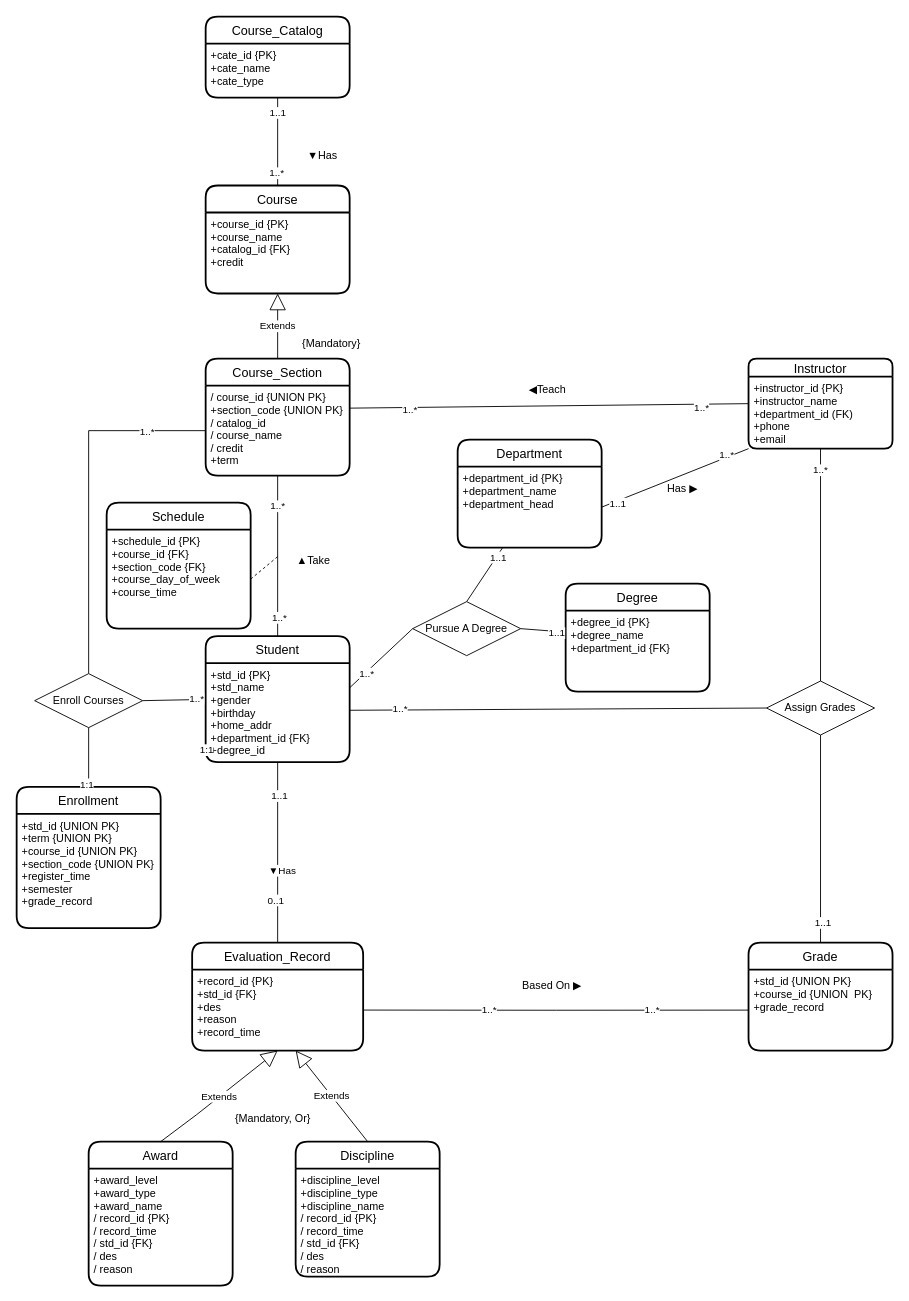
bincute/iAmReadingBook keeps this draw.io diagram as page "第 2 页" (2 of 7) of 未命名绘图2.drawio. Above is the earlier version. Source tidied: cells renumbered, new cells numbered last; positions are measured from the earlier drawing's top-left corner, leaving out a move shared by most shapes. Both pictures are drawn from the tidied source at 90%, with x=0, y=0 at pixel (16, 16).
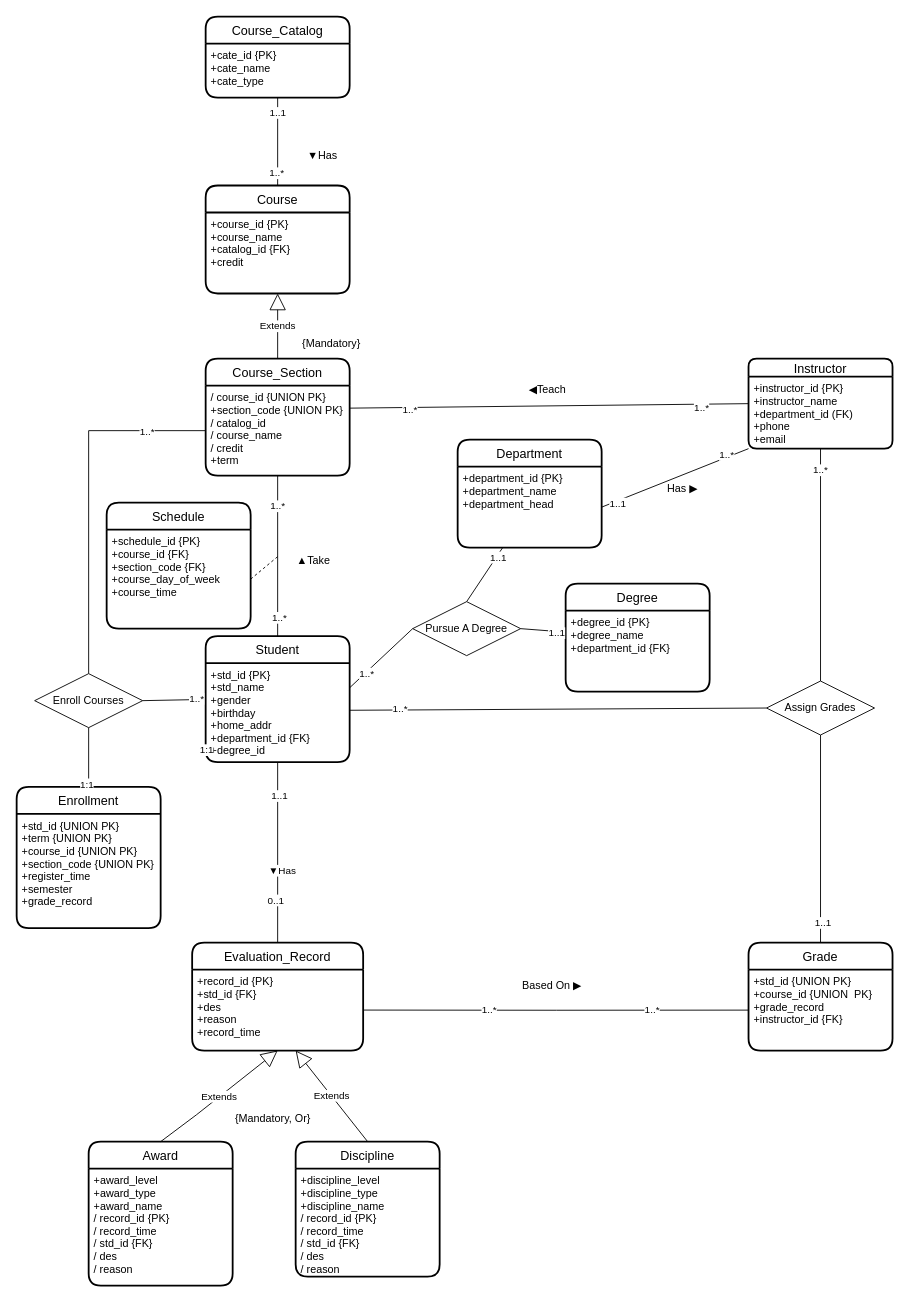
The same diagram, later.

The change refers to these unchanged cells:
```xml
<mxCell id="18" value="Grade" style="swimlane;horizontal=1;startSize=30;rounded=1;fontSize=14;fontStyle=0;strokeWidth=2;shadow=0;dashed=0;align=center;" parent="1" vertex="1">
  <mxGeometry x="813.2" y="1028.8" width="160" height="120" as="geometry" />
</mxCell>
```

The edit, as a diff of the source:
```diff
@@
-    <mxCell id="19" value="+std_id {UNION PK}&#10;+course_id {UNION  PK}&#10;+grade_record" style="align=left;strokeColor=none;fillColor=none;spacingLeft=4;fontSize=12;verticalAlign=top;" parent="18" vertex="1">
+    <mxCell id="19" value="+std_id {UNION PK}&#10;+course_id {UNION  PK}&#10;+grade_record&#10;+instructor_id {FK}" style="align=left;strokeColor=none;fillColor=none;spacingLeft=4;fontSize=12;verticalAlign=top;" parent="18" vertex="1">
       <mxGeometry y="30" width="160" height="90" as="geometry" />
     </mxCell>
```
